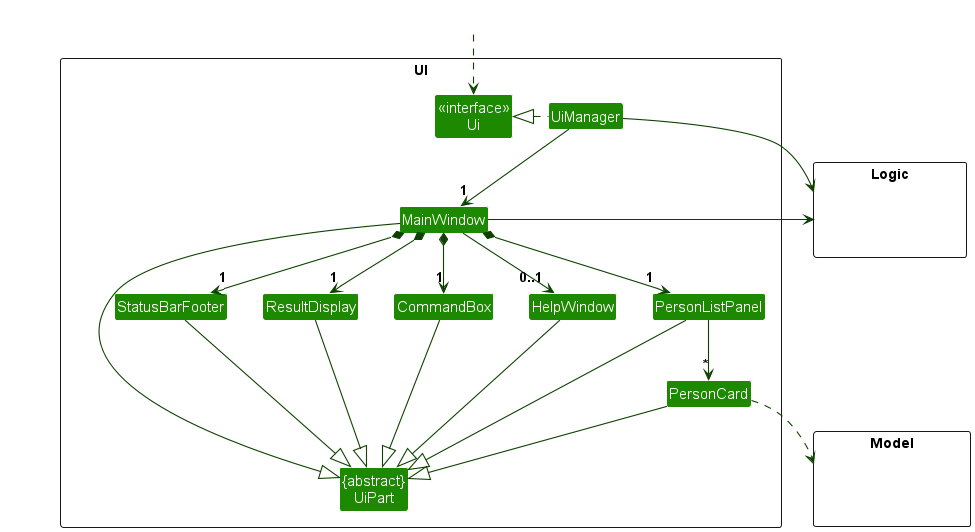
Earlier version of the PlantUML export docs/images/UiClassDiagram.png (nus-cs2103-AY2324S2/tp).
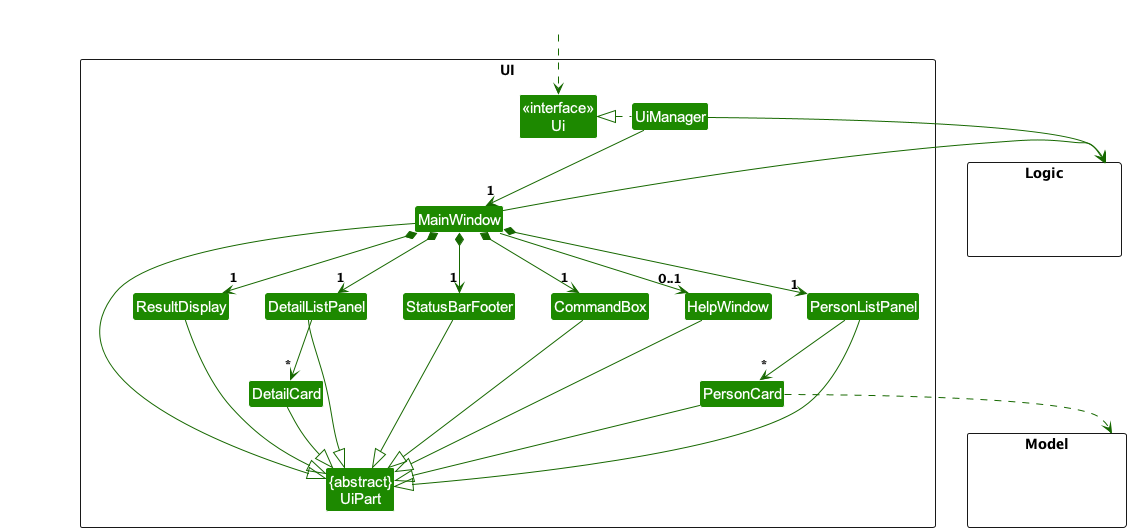
Above is the later version.

Commit message:
Update UML class diagram for Ui component

The edit, as a diff of the source:
```diff
@@ -1,7 +1,7 @@
 @startuml
 !include style.puml
-skinparam arrowThickness 1.1
-skinparam arrowColor UI_COLOR_T4
+skinparam arrowThickness 1.0
+skinparam arrowColor UI_COLOR_T3
 skinparam classBackgroundColor UI_COLOR
 
 package UI <<Rectangle>>{
@@ -15,6 +15,8 @@
 Class PersonCard
 Class StatusBarFooter
 Class CommandBox
+Class DetailListPanel
+Class DetailCard
 }
 
 package Model <<Rectangle>> {
@@ -33,8 +35,11 @@
 MainWindow *-down->  "1" CommandBox
 MainWindow *-down-> "1" ResultDisplay
 MainWindow *-down-> "1" PersonListPanel
+MainWindow *-right-> "1" DetailListPanel
 MainWindow *-down-> "1" StatusBarFooter
 MainWindow --> "0..1" HelpWindow
+
+DetailListPanel -down-> "*" DetailCard
 
 PersonListPanel -down-> "*" PersonCard
 
@@ -46,6 +51,8 @@
 PersonCard --|> UiPart
 StatusBarFooter --|> UiPart
 HelpWindow --|> UiPart
+DetailListPanel --|> UiPart
+DetailCard --|> UiPart
 
 PersonCard ..> Model
 UiManager -right-> Logic
@@ -55,6 +62,11 @@
 HelpWindow -[hidden]left- CommandBox
 CommandBox -[hidden]left- ResultDisplay
 ResultDisplay -[hidden]left- StatusBarFooter
+ResultDisplay -[hidden]left- CommandBox
 
 MainWindow -[hidden]-|> UiPart
+MainWindow -[hidden]-|> UiPart
+DetailListPanel -[hidden]-|> UiPart
+DetailCard -[Hidden]-|> UiPart
+PersonCard -[Hidden]-|> HelpWindow
 @enduml
```
